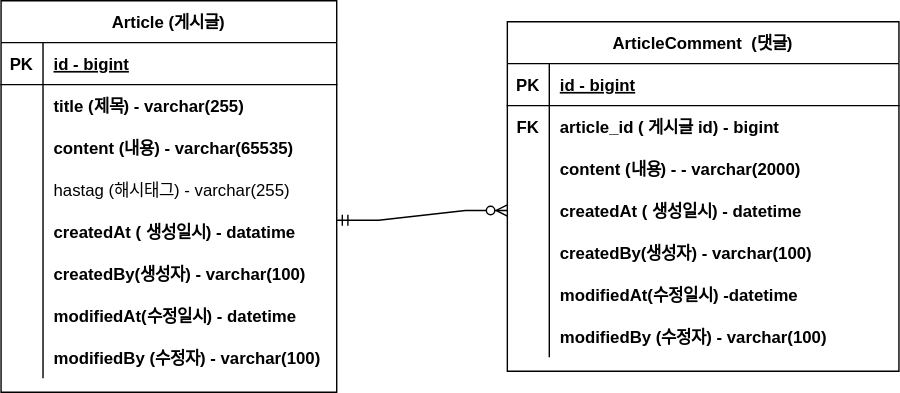
kimj2su/project-board keeps this draw.io diagram as document/project-board-erd.svg. Above is the earlier version. Source tidied: cells renumbered, new cells last; positions are measured from the earlier drawing's top-left corner, leaving out a move shared by most shapes.
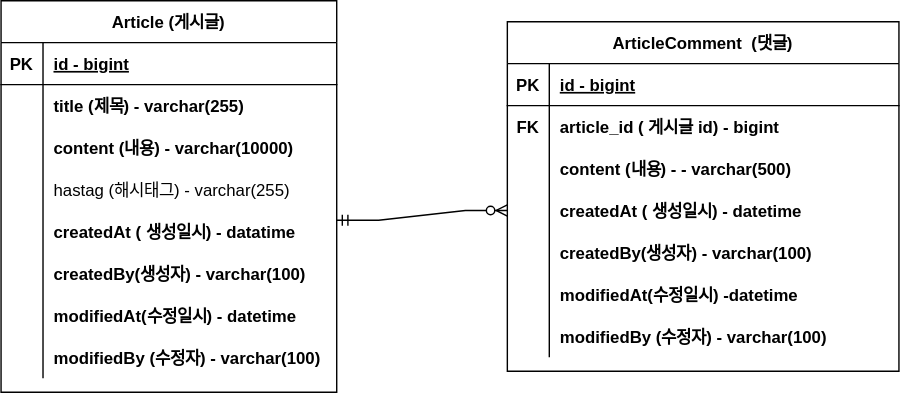
Above is the later version.

Commit message:
#10 - erd 업데이트 : content 사이즈 변경

Change to the diagram source:
```diff
@@ -29,7 +29,7 @@
     <mxCell id="10" style="shape=partialRectangle;fillColor=none;top=0;left=0;bottom=0;right=0;overflow=hidden;" parent="9" vertex="1">
       <mxGeometry width="30" height="30" as="geometry" />
     </mxCell>
-    <mxCell id="11" value="content (내용) - varchar(65535)" style="shape=partialRectangle;fillColor=none;top=0;left=0;bottom=0;right=0;align=left;spacingLeft=6;overflow=hidden;fontStyle=1;" parent="9" vertex="1">
+    <mxCell id="11" value="content (내용) - varchar(10000)" style="shape=partialRectangle;fillColor=none;top=0;left=0;bottom=0;right=0;align=left;spacingLeft=6;overflow=hidden;fontStyle=1;" parent="9" vertex="1">
       <mxGeometry x="30" width="210" height="30" as="geometry" />
     </mxCell>
     <mxCell id="12" style="shape=tableRow;horizontal=0;startSize=0;swimlaneHead=0;swimlaneBody=0;fillColor=none;top=0;left=0;right=0;bottom=0;" parent="2" vertex="1">
@@ -104,7 +104,7 @@
     <mxCell id="35" style="shape=partialRectangle;fillColor=none;top=0;left=0;bottom=0;right=0;overflow=hidden;" parent="34" vertex="1">
       <mxGeometry width="30" height="30" as="geometry" />
     </mxCell>
-    <mxCell id="36" value="content (내용) - - varchar(2000)" style="shape=partialRectangle;fillColor=none;top=0;left=0;bottom=0;right=0;align=left;spacingLeft=6;overflow=hidden;fontStyle=1;" parent="34" vertex="1">
+    <mxCell id="36" value="content (내용) - - varchar(500)" style="shape=partialRectangle;fillColor=none;top=0;left=0;bottom=0;right=0;align=left;spacingLeft=6;overflow=hidden;fontStyle=1;" parent="34" vertex="1">
       <mxGeometry x="30" width="250" height="30" as="geometry" />
     </mxCell>
     <mxCell id="37" style="shape=tableRow;horizontal=0;startSize=0;swimlaneHead=0;swimlaneBody=0;fillColor=none;points=[[0,0.5],[1,0.5]];portConstraint=eastwest;top=0;left=0;right=0;bottom=0;" parent="27" vertex="1">
```
